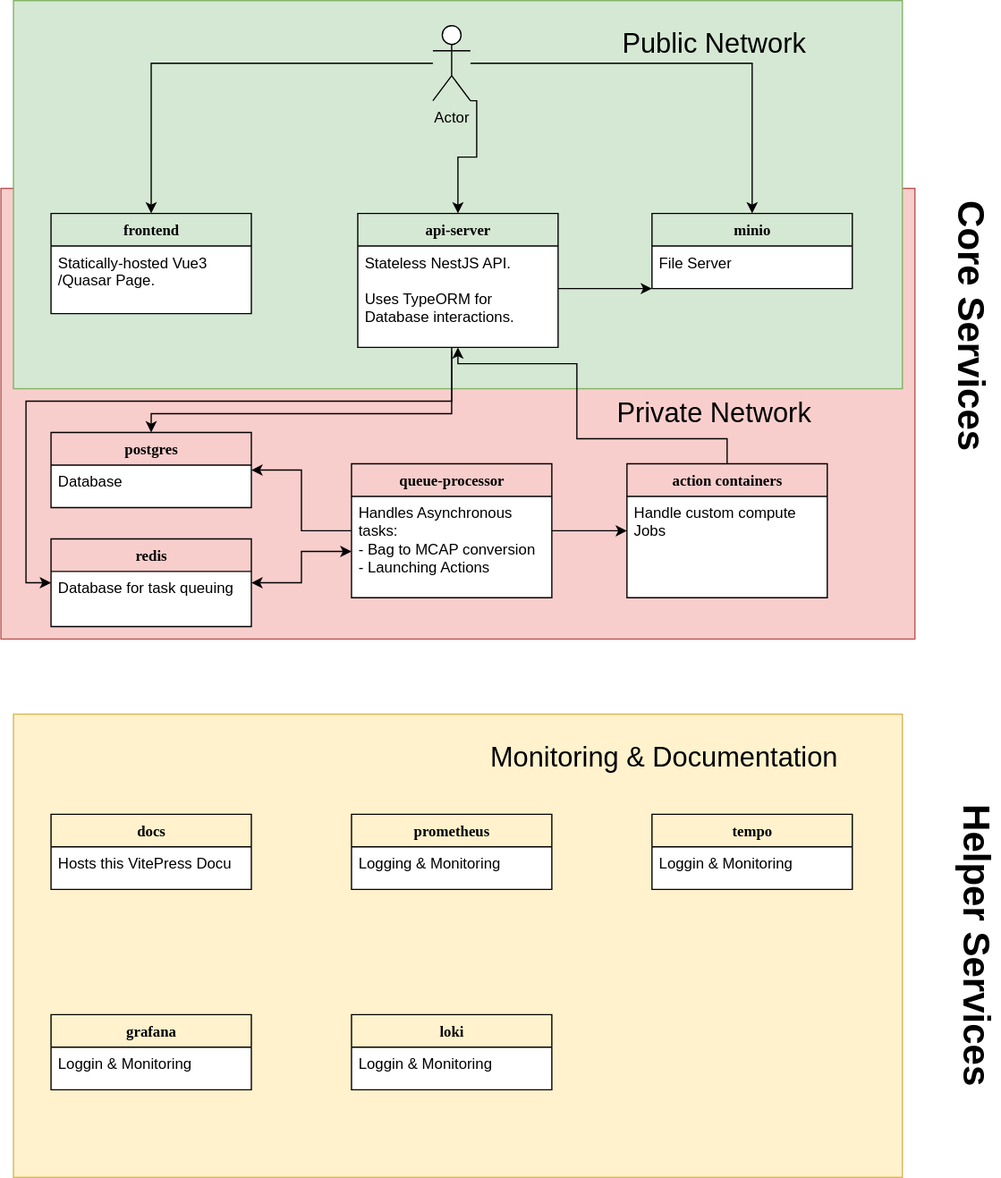
Above: docs/development/imgs/infrastructure.svg in leggedrobotics/kleinkram (draw.io), before the change. Source tidied: cells renumbered, new cells last; positions are measured from the earlier drawing's top-left corner, leaving out a move shared by most shapes.
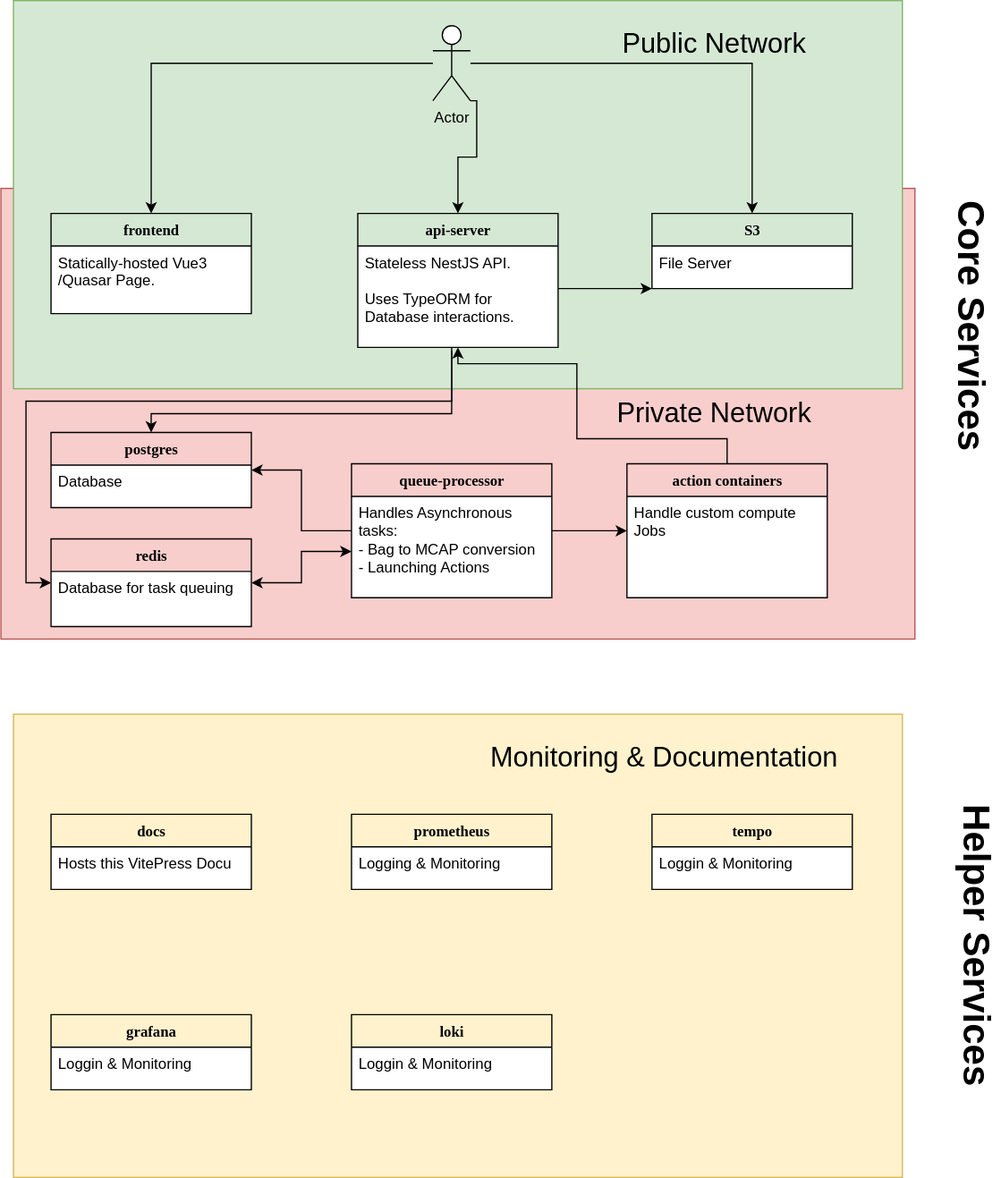
After the change.

The edit, as a diff of the source:
```diff
@@ -50,7 +50,7 @@
     <mxCell id="11" value="Statically-hosted Vue3 /Quasar Page." style="text;html=1;strokeColor=none;fillColor=none;align=left;verticalAlign=top;spacingLeft=4;spacingRight=4;whiteSpace=wrap;overflow=hidden;" parent="10" vertex="1">
       <mxGeometry y="26" width="160" height="54" as="geometry" />
     </mxCell>
-    <mxCell id="12" value="minio" style="swimlane;html=1;fontStyle=1;align=center;verticalAlign=top;horizontal=1;startSize=26;swimlaneFillColor=#ffffff;rounded=0;shadow=0;comic=0;labelBackgroundColor=none;strokeWidth=1;fillColor=none;fontFamily=Verdana;fontSize=12;" parent="1" vertex="1">
+    <mxCell id="12" value="S3" style="swimlane;html=1;fontStyle=1;align=center;verticalAlign=top;horizontal=1;startSize=26;swimlaneFillColor=#ffffff;rounded=0;shadow=0;comic=0;labelBackgroundColor=none;strokeWidth=1;fillColor=none;fontFamily=Verdana;fontSize=12;" parent="1" vertex="1">
       <mxGeometry x="520" y="170" width="160" height="60" as="geometry" />
     </mxCell>
     <mxCell id="13" value="File Server" style="text;html=1;strokeColor=none;fillColor=none;align=left;verticalAlign=top;spacingLeft=4;spacingRight=4;whiteSpace=wrap;overflow=hidden;" parent="12" vertex="1">
```
